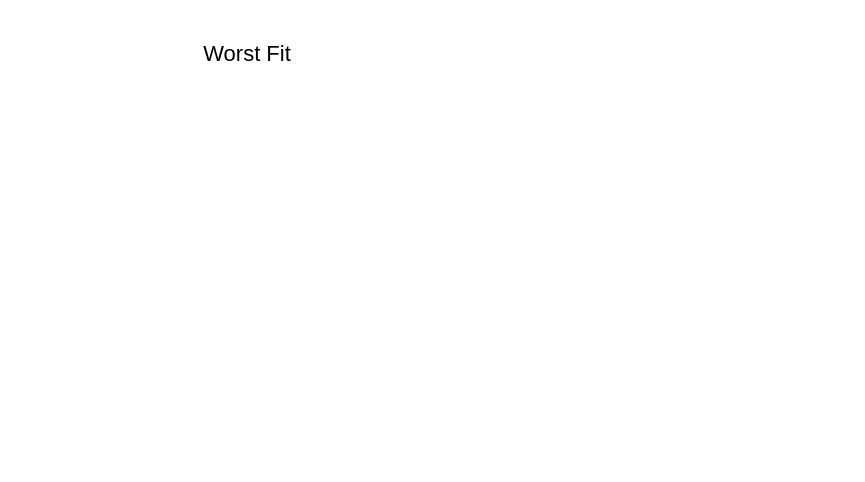
CorpDK/Drawing keeps this draw.io diagram as page "Worst Fit" (8 of 9) of Memory Management.drawio. Above is the earlier version. Source tidied: cells renumbered, new cells numbered last; positions are measured from the earlier drawing's top-left corner, leaving out a move shared by most shapes. Both pictures are drawn from the tidied source at 100%, with x=0, y=0 at pixel (87, 34).
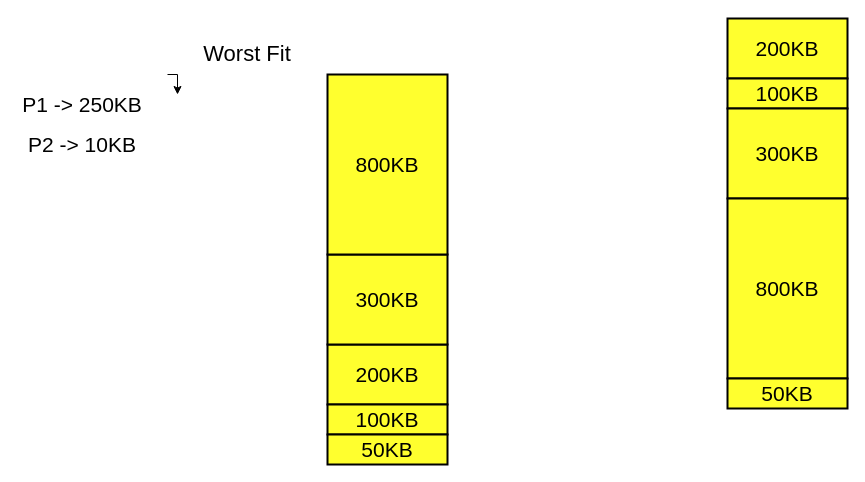
The same diagram, later.

Diff of the diagram source:
```diff
@@
 <mxGraphModel>
   <root>
     <mxCell id="0" />
     <mxCell id="1" parent="0" />
+    <mxCell id="3" style="edgeStyle=orthogonalEdgeStyle;rounded=0;jettySize=auto;html=1;exitX=0.25;exitY=1;exitDx=0;exitDy=0;fontSize=21;" parent="1" edge="1" source="2">
+      <mxGeometry relative="1" as="geometry">
+        <mxPoint x="90" y="60" as="targetPoint" />
+      </mxGeometry>
+    </mxCell>
     <mxCell id="2" value="&lt;font style=&quot;font-size: 22px&quot;&gt;Worst Fit&lt;/font&gt;" style="text;html=1;strokeColor=none;fillColor=none;align=center;verticalAlign=middle;whiteSpace=wrap;rounded=0;" parent="1" vertex="1">
       <mxGeometry width="320" height="40" as="geometry" />
     </mxCell>
+    <mxCell id="4" value="200KB" style="rounded=0;whiteSpace=wrap;html=1;glass=0;strokeWidth=2;fillColor=#FFFF2E;fontSize=21;" parent="1" vertex="1">
+      <mxGeometry x="640" y="-16" width="120" height="60" as="geometry" />
+    </mxCell>
+    <mxCell id="5" value="100KB" style="rounded=0;whiteSpace=wrap;html=1;glass=0;strokeWidth=2;fillColor=#FFFF2E;fontSize=21;" parent="1" vertex="1">
+      <mxGeometry x="640" y="44" width="120" height="30" as="geometry" />
+    </mxCell>
+    <mxCell id="6" value="300KB" style="rounded=0;whiteSpace=wrap;html=1;glass=0;strokeWidth=2;fillColor=#FFFF2E;fontSize=21;" parent="1" vertex="1">
+      <mxGeometry x="640" y="74" width="120" height="90" as="geometry" />
+    </mxCell>
+    <mxCell id="7" value="800KB" style="rounded=0;whiteSpace=wrap;html=1;glass=0;strokeWidth=2;fillColor=#FFFF2E;fontSize=21;" parent="1" vertex="1">
+      <mxGeometry x="640" y="164" width="120" height="180" as="geometry" />
+    </mxCell>
+    <mxCell id="8" value="50KB" style="rounded=0;whiteSpace=wrap;html=1;glass=0;strokeWidth=2;fillColor=#FFFF2E;fontSize=21;" parent="1" vertex="1">
+      <mxGeometry x="640" y="344" width="120" height="30" as="geometry" />
+    </mxCell>
+    <mxCell id="9" value="200KB" style="rounded=0;whiteSpace=wrap;html=1;glass=0;strokeWidth=2;fillColor=#FFFF2E;fontSize=21;" parent="1" vertex="1">
+      <mxGeometry x="240" y="310" width="120" height="60" as="geometry" />
+    </mxCell>
+    <mxCell id="10" value="100KB" style="rounded=0;whiteSpace=wrap;html=1;glass=0;strokeWidth=2;fillColor=#FFFF2E;fontSize=21;" parent="1" vertex="1">
+      <mxGeometry x="240" y="370" width="120" height="30" as="geometry" />
+    </mxCell>
+    <mxCell id="11" value="300KB" style="rounded=0;whiteSpace=wrap;html=1;glass=0;strokeWidth=2;fillColor=#FFFF2E;fontSize=21;" parent="1" vertex="1">
+      <mxGeometry x="240" y="220" width="120" height="90" as="geometry" />
+    </mxCell>
+    <mxCell id="12" value="800KB" style="rounded=0;whiteSpace=wrap;html=1;glass=0;strokeWidth=2;fillColor=#FFFF2E;fontSize=21;" parent="1" vertex="1">
+      <mxGeometry x="240" y="40" width="120" height="180" as="geometry" />
+    </mxCell>
+    <mxCell id="13" value="50KB" style="rounded=0;whiteSpace=wrap;html=1;glass=0;strokeWidth=2;fillColor=#FFFF2E;fontSize=21;" parent="1" vertex="1">
+      <mxGeometry x="240" y="400" width="120" height="30" as="geometry" />
+    </mxCell>
+    <mxCell id="14" value="P1 -&amp;gt; 250KB" style="text;html=1;strokeColor=none;fillColor=none;align=center;verticalAlign=middle;whiteSpace=wrap;rounded=0;glass=0;fontSize=21;" parent="1" vertex="1">
+      <mxGeometry x="-70" y="60" width="130" height="20" as="geometry" />
+    </mxCell>
+    <mxCell id="15" value="P2 -&amp;gt; 10KB" style="text;html=1;strokeColor=none;fillColor=none;align=center;verticalAlign=middle;whiteSpace=wrap;rounded=0;glass=0;fontSize=21;" parent="1" vertex="1">
+      <mxGeometry x="-70" y="100" width="130" height="20" as="geometry" />
+    </mxCell>
   </root>
 </mxGraphModel>
```
